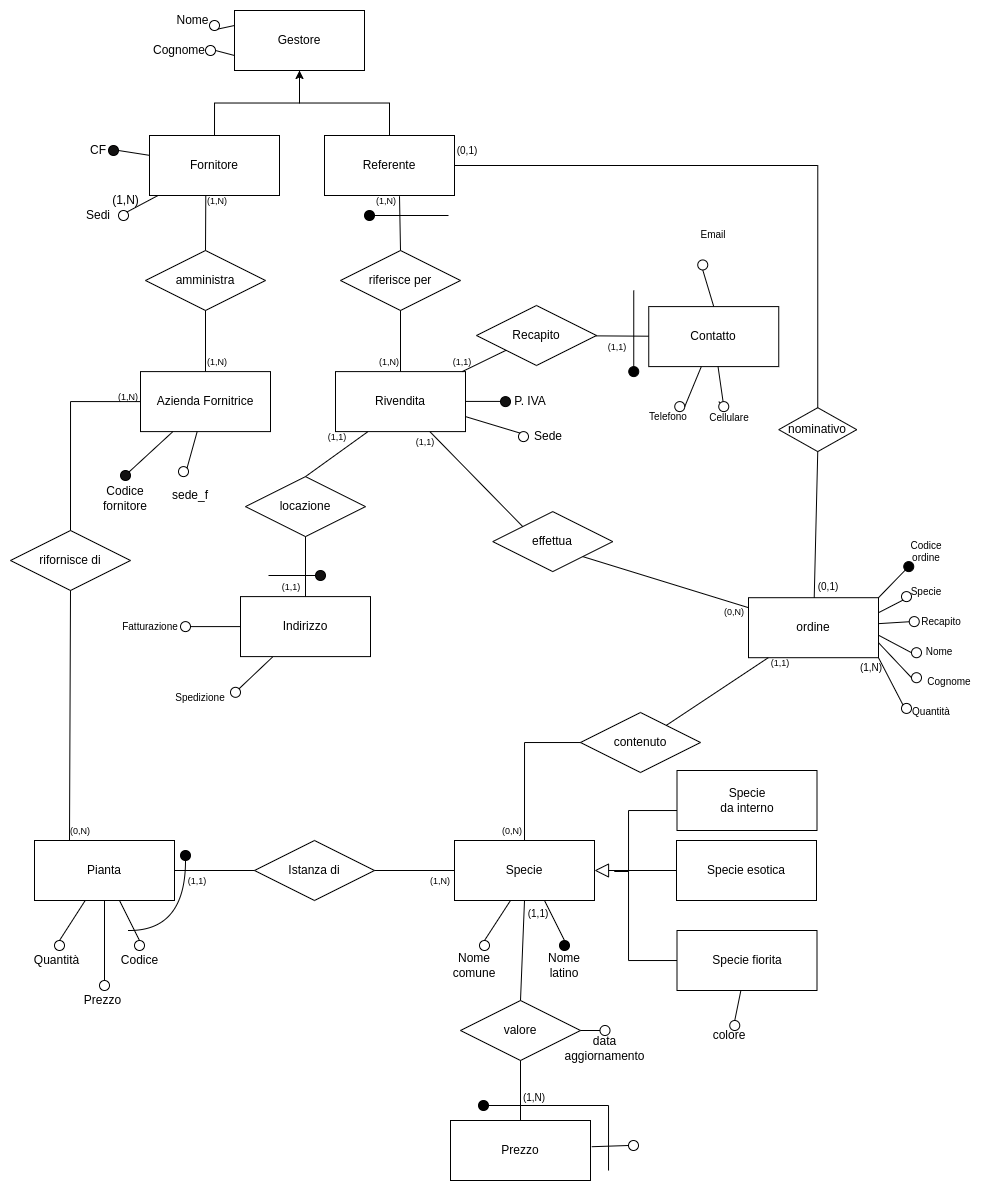
Above: ER_schema/PROG_CONCETTUALE/integrazione_Finale7.png in zeroParanoie/PROGETTO_BD (draw.io), before the change. Source tidied: cells renumbered, new cells last; positions are measured from the earlier drawing's top-left corner, leaving out a move shared by most shapes.
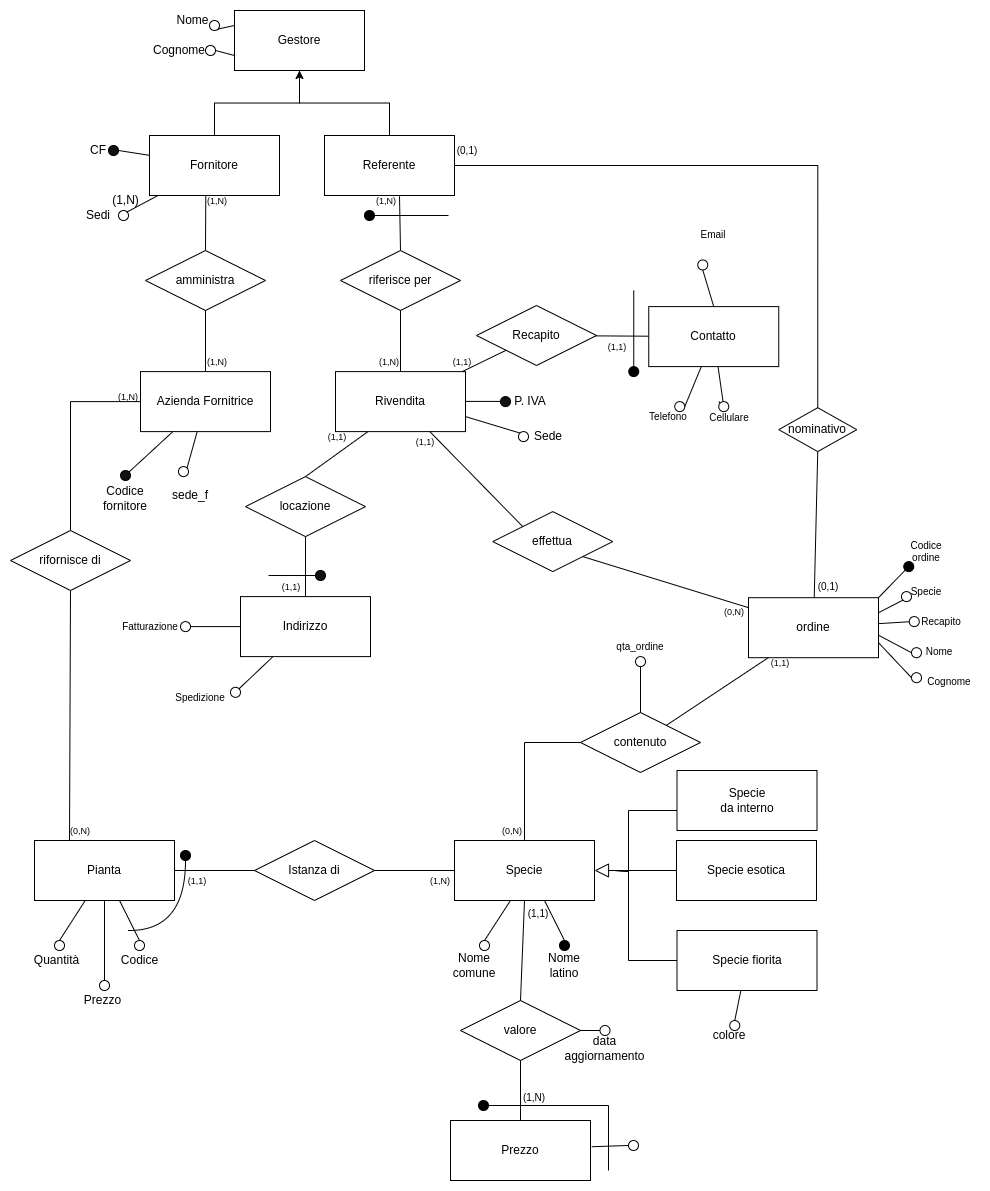
Later version of the same file.

Diff of the diagram source:
```diff
@@ -309,15 +309,6 @@
     <mxCell id="91" value="Cognome" style="text;html=1;strokeColor=none;fillColor=none;align=center;verticalAlign=middle;whiteSpace=wrap;rounded=0;fontSize=10;" parent="1" vertex="1">
       <mxGeometry x="908.8" y="656.1" width="60" height="30" as="geometry" />
     </mxCell>
-    <mxCell id="92" style="endArrow=none;html=1;rounded=0;exitX=1;exitY=1;exitDx=0;exitDy=0;entryX=0;entryY=0;entryDx=0;entryDy=0;" parent="1" edge="1" source="46" target="93">
-      <mxGeometry relative="1" as="geometry" />
-    </mxCell>
-    <mxCell id="93" style="ellipse;whiteSpace=wrap;html=1;" parent="1" vertex="1">
-      <mxGeometry x="891" y="692.9" width="10" height="10" as="geometry" />
-    </mxCell>
-    <mxCell id="94" value="Quantità" style="text;html=1;strokeColor=none;fillColor=none;align=center;verticalAlign=middle;whiteSpace=wrap;rounded=0;fontSize=10;" parent="1" vertex="1">
-      <mxGeometry x="891" y="686.1" width="60" height="30" as="geometry" />
-    </mxCell>
     <mxCell id="95" style="endArrow=none;html=1;rounded=0;exitX=1;exitY=0.25;exitDx=0;exitDy=0;entryX=0;entryY=1;entryDx=0;entryDy=0;" parent="1" edge="1" source="46" target="96">
       <mxGeometry relative="1" as="geometry" />
     </mxCell>
@@ -327,9 +318,6 @@
     <mxCell id="97" value="Specie" style="text;html=1;strokeColor=none;fillColor=none;align=center;verticalAlign=middle;whiteSpace=wrap;rounded=0;fontSize=10;" parent="1" vertex="1">
       <mxGeometry x="886" y="566.1" width="60" height="30" as="geometry" />
     </mxCell>
-    <mxCell id="98" value="(1,N)" style="text;html=1;strokeColor=none;fillColor=none;align=center;verticalAlign=middle;whiteSpace=wrap;rounded=0;fontSize=10;" parent="1" vertex="1">
-      <mxGeometry x="831" y="641.8" width="60" height="30" as="geometry" />
-    </mxCell>
     <mxCell id="99" style="endArrow=none;html=1;rounded=0;entryX=0.5;entryY=1;entryDx=0;entryDy=0;" parent="1" edge="1" target="49">
       <mxGeometry relative="1" as="geometry">
         <mxPoint x="94" y="970" as="sourcePoint" />
@@ -538,5 +526,14 @@
     <mxCell id="164" value="&lt;p style=&quot;line-height: 70%; font-size: 10px;&quot;&gt;(1,1)&lt;/p&gt;" style="text;html=1;strokeColor=none;fillColor=none;align=center;verticalAlign=middle;whiteSpace=wrap;rounded=0;fontSize=10;" parent="1" vertex="1">
       <mxGeometry x="514" y="890" width="28" height="26" as="geometry" />
     </mxCell>
+    <mxCell id="165" style="endArrow=none;html=1;rounded=0;exitX=0.5;exitY=0;exitDx=0;exitDy=0;entryX=0.5;entryY=1;entryDx=0;entryDy=0;" parent="1" edge="1" source="48" target="166">
+      <mxGeometry relative="1" as="geometry" />
+    </mxCell>
+    <mxCell id="166" style="ellipse;whiteSpace=wrap;html=1;" parent="1" vertex="1">
+      <mxGeometry x="625" y="646.1" width="10" height="10" as="geometry" />
+    </mxCell>
+    <mxCell id="167" value="qta_ordine" style="text;html=1;strokeColor=none;fillColor=none;align=center;verticalAlign=middle;whiteSpace=wrap;rounded=0;fontSize=10;" parent="1" vertex="1">
+      <mxGeometry x="599.5" y="621.1" width="60" height="30" as="geometry" />
+    </mxCell>
   </root>
 </mxGraphModel>
```
